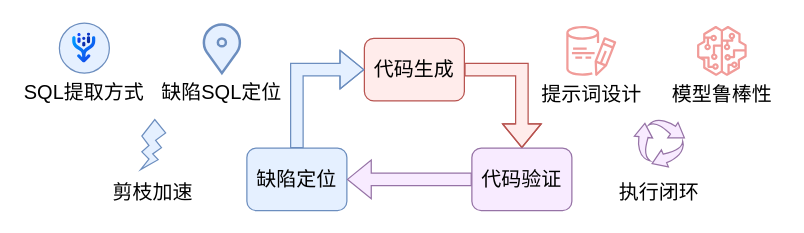
Olive-2019/drawio-source keeps this draw.io diagram as 开题报告/keyproblem.drawio. Above is the earlier version. Source tidied: cells renumbered, new cells numbered last; positions are measured from the earlier drawing's top-left corner, leaving out a move shared by most shapes. Both pictures are drawn from the tidied source at 125%, with x=0, y=0 at pixel (21, 22).
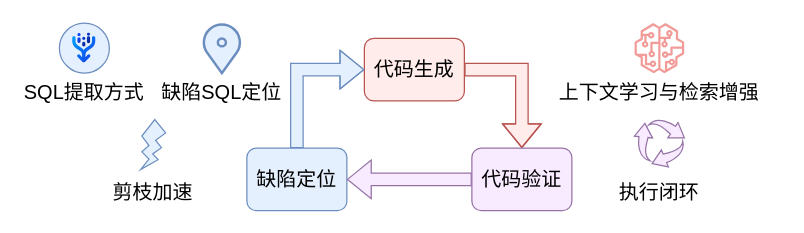
After the change.

Diff of the diagram source:
```diff
@@
-    <mxCell id="10" style="group;" parent="1" vertex="1">
-      <mxGeometry x="411.6" y="2.2" width="196.8" height="70" as="geometry" />
-    </mxCell>
-    <mxCell id="11" style="sketch=0;fillColor=#F19C99;strokeColor=#b85450;dashed=0;verticalLabelPosition=bottom;verticalAlign=top;align=center;html=1;fontSize=16;fontStyle=0;shape=mxgraph.aws4.rds_optimized_writes;" parent="10" vertex="1">
-      <mxGeometry x="23.9" width="40" height="40" as="geometry" />
-    </mxCell>
-    <mxCell id="12" style="sketch=0;fillColor=#F19C99;strokeColor=#b85450;dashed=0;verticalLabelPosition=bottom;verticalAlign=top;align=center;html=1;fontSize=16;fontStyle=0;shape=mxgraph.aws4.sagemaker_model;" parent="10" vertex="1">
-      <mxGeometry x="128.4" width="40" height="40" as="geometry" />
-    </mxCell>
-    <mxCell id="13" value="提示词设计" style="text;html=1;align=center;verticalAlign=middle;whiteSpace=wrap;rounded=0;fontSize=16;" parent="10" vertex="1">
-      <mxGeometry y="40" width="87.8" height="30" as="geometry" />
-    </mxCell>
-    <mxCell id="14" value="模型鲁棒性" style="text;html=1;align=center;verticalAlign=middle;whiteSpace=wrap;rounded=0;fontSize=16;" parent="10" vertex="1">
-      <mxGeometry x="100" y="40" width="96.8" height="30" as="geometry" />
-    </mxCell>
@@
+    <mxCell id="24" style="sketch=0;fillColor=#F19C99;strokeColor=#b85450;dashed=0;verticalLabelPosition=bottom;verticalAlign=top;align=center;html=1;fontSize=16;fontStyle=0;shape=mxgraph.aws4.sagemaker_model;" parent="1" vertex="1">
+      <mxGeometry x="490" width="40" height="40" as="geometry" />
+    </mxCell>
+    <mxCell id="25" value="上下文学习与检索增强" style="text;html=1;align=center;verticalAlign=middle;whiteSpace=wrap;rounded=0;fontSize=16;" parent="1" vertex="1">
+      <mxGeometry x="425.8" y="40" width="168.4" height="30" as="geometry" />
+    </mxCell>
```
